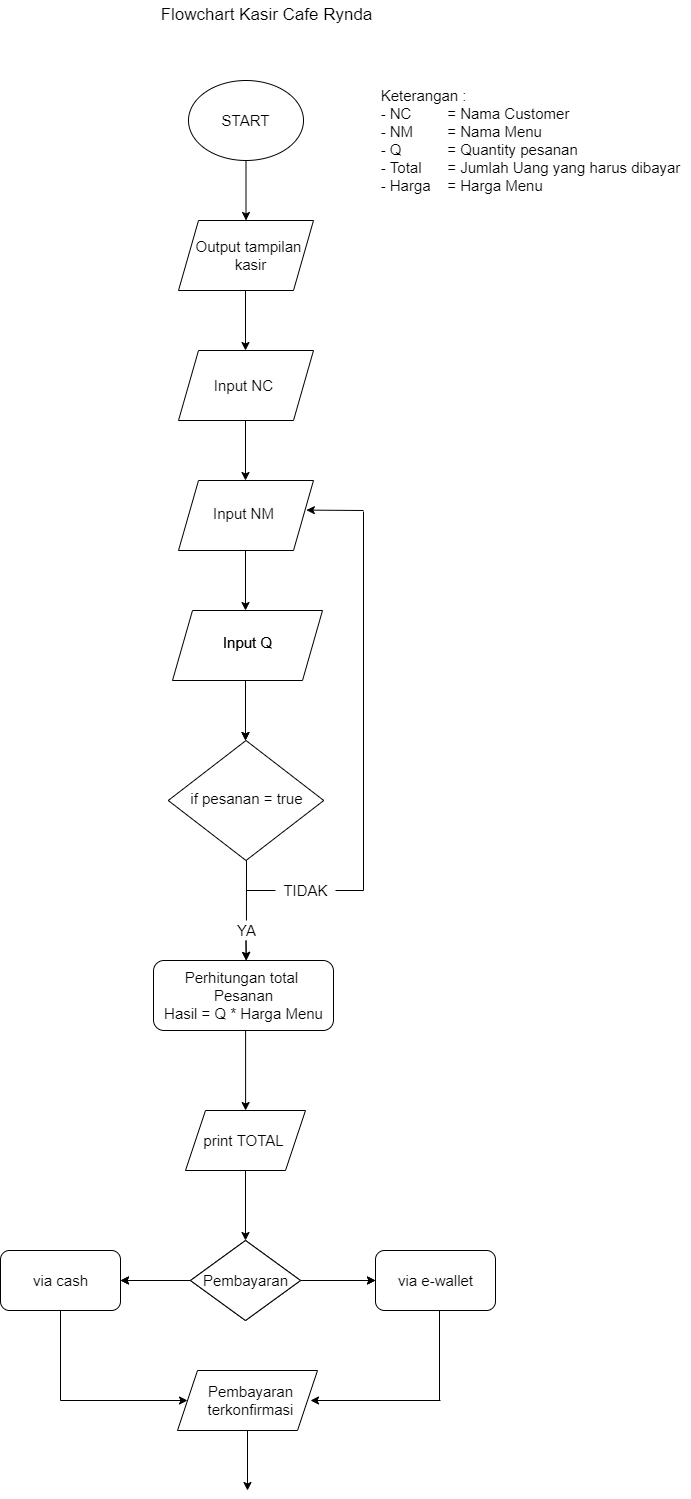
Before: flowchart.drawio.png, a diagram exported from draw.io (meiryndalr/meiryndalr_program_kasir_rynda_cafe). Source tidied: cells renumbered, new cells last; positions are measured from the earlier drawing's top-left corner, leaving out a move shared by most shapes.
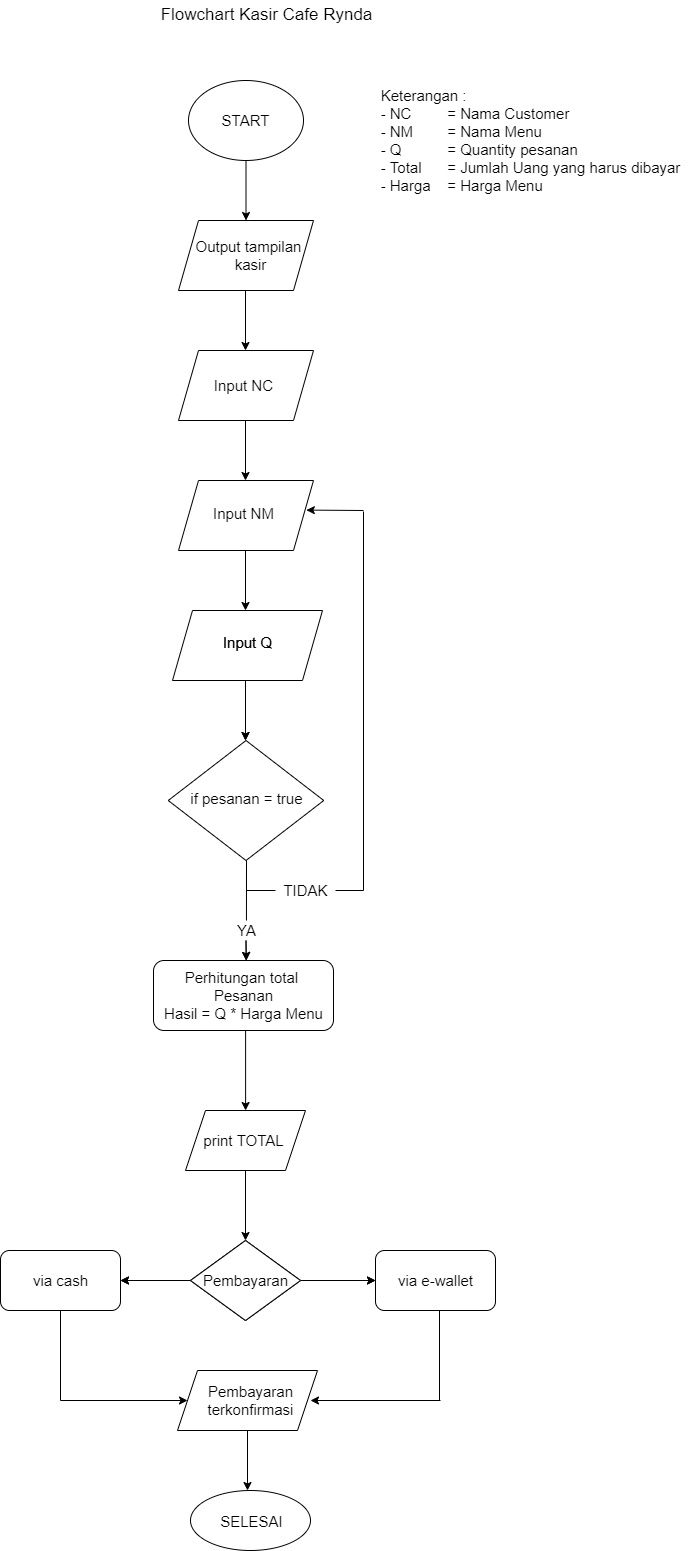
Above is the later version.

Change to the diagram source:
```diff
@@ -228,5 +228,11 @@
         <mxPoint x="310" y="1400" as="targetPoint" />
       </mxGeometry>
     </mxCell>
+    <mxCell id="57" style="ellipse;whiteSpace=wrap;html=1;fontSize=15;strokeWidth=1;" parent="1" vertex="1">
+      <mxGeometry x="190" y="1490" width="120" height="60" as="geometry" />
+    </mxCell>
+    <mxCell id="58" value="SELESAI" style="text;html=1;align=center;verticalAlign=middle;fillColor=none;strokeColor=none;rounded=0;fontSize=15;" parent="1" vertex="1">
+      <mxGeometry x="211" y="1511" width="80" height="20" as="geometry" />
+    </mxCell>
   </root>
 </mxGraphModel>
```
